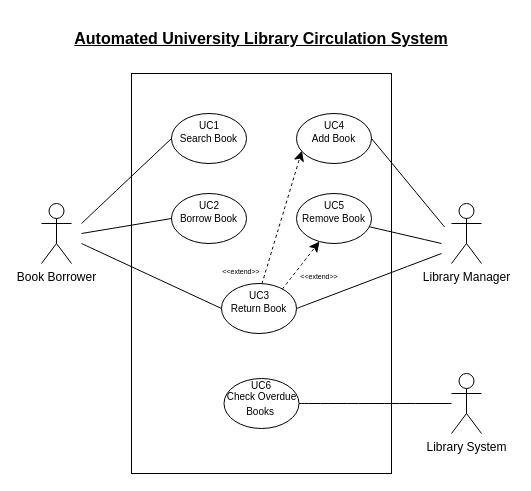
The draw.io diagram page "Use Case Diagram" (1 of 2) of Assigment2 Class4.drawio in vasapon455/diagram, before the edit. Source tidied: cells renumbered, new cells numbered last; positions are measured from the earlier drawing's top-left corner, leaving out a move shared by most shapes. Both pictures are drawn from the tidied source at 100%, with x=0, y=0 at pixel (41, 23).
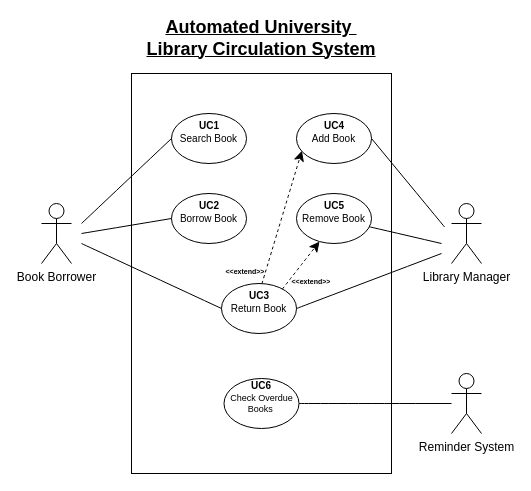
The same diagram, later.

Diff of the diagram source:
```diff
@@
-    <mxCell id="4" value="&lt;b&gt;&lt;u&gt;Automated University Library Circulation System&#9;&lt;/u&gt;&lt;/b&gt;" style="text;html=1;align=center;verticalAlign=middle;whiteSpace=wrap;rounded=0;fontSize=16;" parent="1" vertex="1">
+    <mxCell id="4" value="&lt;b&gt;&lt;u&gt;&lt;font style=&quot;font-size: 18px;&quot;&gt;Automated University&amp;nbsp;&lt;/font&gt;&lt;/u&gt;&lt;/b&gt;&lt;div&gt;&lt;b&gt;&lt;u&gt;&lt;font style=&quot;font-size: 18px;&quot;&gt;Library Circulation System&#9;&lt;/font&gt;&lt;/u&gt;&lt;/b&gt;&lt;/div&gt;" style="text;html=1;align=center;verticalAlign=middle;whiteSpace=wrap;rounded=0;fontSize=16;" parent="1" vertex="1">
       <mxGeometry x="10" width="420" height="30" as="geometry" />
     </mxCell>
@@
-    <mxCell id="17" value="&lt;font style=&quot;font-size: 10px;&quot;&gt;UC1&lt;/font&gt;" style="text;html=1;align=center;verticalAlign=middle;whiteSpace=wrap;rounded=0;fontSize=16;" parent="1" vertex="1">
+    <mxCell id="17" value="&lt;font style=&quot;font-size: 10px;&quot;&gt;UC1&lt;/font&gt;" style="text;html=1;align=center;verticalAlign=middle;whiteSpace=wrap;rounded=0;fontSize=16;fontStyle=1;" parent="1" vertex="1">
       <mxGeometry x="137.5" y="90" width="60" height="20" as="geometry" />
     </mxCell>
-    <mxCell id="18" value="&lt;font style=&quot;font-size: 10px;&quot;&gt;UC2&lt;/font&gt;" style="text;html=1;align=center;verticalAlign=middle;whiteSpace=wrap;rounded=0;fontSize=16;" parent="1" vertex="1">
+    <mxCell id="18" value="&lt;font style=&quot;font-size: 10px;&quot;&gt;UC2&lt;/font&gt;" style="text;html=1;align=center;verticalAlign=middle;whiteSpace=wrap;rounded=0;fontSize=16;fontStyle=1;" parent="1" vertex="1">
       <mxGeometry x="137.5" y="170" width="60" height="20" as="geometry" />
     </mxCell>
-    <mxCell id="19" value="&lt;font style=&quot;font-size: 10px;&quot;&gt;UC4&lt;/font&gt;" style="text;html=1;align=center;verticalAlign=middle;whiteSpace=wrap;rounded=0;fontSize=16;" parent="1" vertex="1">
+    <mxCell id="19" value="&lt;font style=&quot;font-size: 10px;&quot;&gt;UC4&lt;/font&gt;" style="text;html=1;align=center;verticalAlign=middle;whiteSpace=wrap;rounded=0;fontSize=16;fontStyle=1;" parent="1" vertex="1">
       <mxGeometry x="262.5" y="90" width="60" height="20" as="geometry" />
     </mxCell>
-    <mxCell id="20" value="&lt;font style=&quot;font-size: 10px;&quot;&gt;UC3&lt;/font&gt;" style="text;html=1;align=center;verticalAlign=middle;whiteSpace=wrap;rounded=0;fontSize=16;" parent="1" vertex="1">
+    <mxCell id="20" value="&lt;font style=&quot;font-size: 10px;&quot;&gt;UC3&lt;/font&gt;" style="text;html=1;align=center;verticalAlign=middle;whiteSpace=wrap;rounded=0;fontSize=16;fontStyle=1;" parent="1" vertex="1">
       <mxGeometry x="187.5" y="260" width="60" height="20" as="geometry" />
     </mxCell>
-    <mxCell id="21" value="&lt;font style=&quot;font-size: 10px;&quot;&gt;UC5&lt;/font&gt;" style="text;html=1;align=center;verticalAlign=middle;whiteSpace=wrap;rounded=0;fontSize=16;" parent="1" vertex="1">
+    <mxCell id="21" value="&lt;font style=&quot;font-size: 10px;&quot;&gt;UC5&lt;/font&gt;" style="text;html=1;align=center;verticalAlign=middle;whiteSpace=wrap;rounded=0;fontSize=16;fontStyle=1;" parent="1" vertex="1">
       <mxGeometry x="262.5" y="170" width="60" height="20" as="geometry" />
     </mxCell>
-    <mxCell id="22" value="Library System" style="shape=umlActor;verticalLabelPosition=bottom;verticalAlign=top;html=1;" parent="1" vertex="1">
+    <mxCell id="22" value="Reminder System" style="shape=umlActor;verticalLabelPosition=bottom;verticalAlign=top;html=1;" parent="1" vertex="1">
       <mxGeometry x="410" y="350" width="30" height="60" as="geometry" />
     </mxCell>
-    <mxCell id="23" value="&lt;font style=&quot;font-size: 10px;&quot;&gt;Check Overdue Books&amp;nbsp;&lt;/font&gt;" style="ellipse;whiteSpace=wrap;html=1;" parent="1" vertex="1">
+    <mxCell id="23" value="&lt;font style=&quot;font-size: 9px;&quot;&gt;Check Overdue Books&amp;nbsp;&lt;/font&gt;" style="ellipse;whiteSpace=wrap;html=1;fontSize=9;" parent="1" vertex="1">
       <mxGeometry x="182.5" y="355" width="75" height="50" as="geometry" />
     </mxCell>
@@
-    <mxCell id="25" value="&lt;font style=&quot;font-size: 10px;&quot;&gt;UC6&lt;/font&gt;" style="text;html=1;align=center;verticalAlign=middle;whiteSpace=wrap;rounded=0;fontSize=16;" parent="1" vertex="1">
+    <mxCell id="25" value="&lt;font style=&quot;font-size: 10px;&quot;&gt;UC6&lt;/font&gt;" style="text;html=1;align=center;verticalAlign=middle;whiteSpace=wrap;rounded=0;fontSize=16;fontStyle=1;" parent="1" vertex="1">
       <mxGeometry x="190" y="350" width="60" height="20" as="geometry" />
     </mxCell>
@@
-    <mxCell id="28" value="&lt;font style=&quot;font-size: 7px;&quot;&gt;&amp;lt;&amp;lt;extend&amp;gt;&amp;gt;&lt;/font&gt;" style="text;html=1;align=center;verticalAlign=middle;whiteSpace=wrap;rounded=0;fontSize=16;" parent="1" vertex="1">
-      <mxGeometry x="170" y="230" width="60" height="30" as="geometry" />
+    <mxCell id="28" value="&lt;font style=&quot;font-size: 7px;&quot;&gt;&amp;lt;&amp;lt;extend&amp;gt;&amp;gt;&lt;/font&gt;" style="text;html=1;align=center;verticalAlign=middle;whiteSpace=wrap;rounded=0;fontSize=16;fontStyle=1;" parent="1" vertex="1">
+      <mxGeometry x="174" y="230" width="60" height="30" as="geometry" />
     </mxCell>
-    <mxCell id="29" value="&lt;font style=&quot;font-size: 7px;&quot;&gt;&amp;lt;&amp;lt;extend&amp;gt;&amp;gt;&lt;/font&gt;" style="text;html=1;align=center;verticalAlign=middle;whiteSpace=wrap;rounded=0;fontSize=16;" parent="1" vertex="1">
-      <mxGeometry x="247.5" y="235" width="60" height="30" as="geometry" />
+    <mxCell id="29" value="&lt;font style=&quot;font-size: 7px;&quot;&gt;&amp;lt;&amp;lt;extend&amp;gt;&amp;gt;&lt;/font&gt;" style="text;html=1;align=center;verticalAlign=middle;whiteSpace=wrap;rounded=0;fontSize=16;fontStyle=1;" parent="1" vertex="1">
+      <mxGeometry x="240" y="240" width="60" height="30" as="geometry" />
     </mxCell>
```
